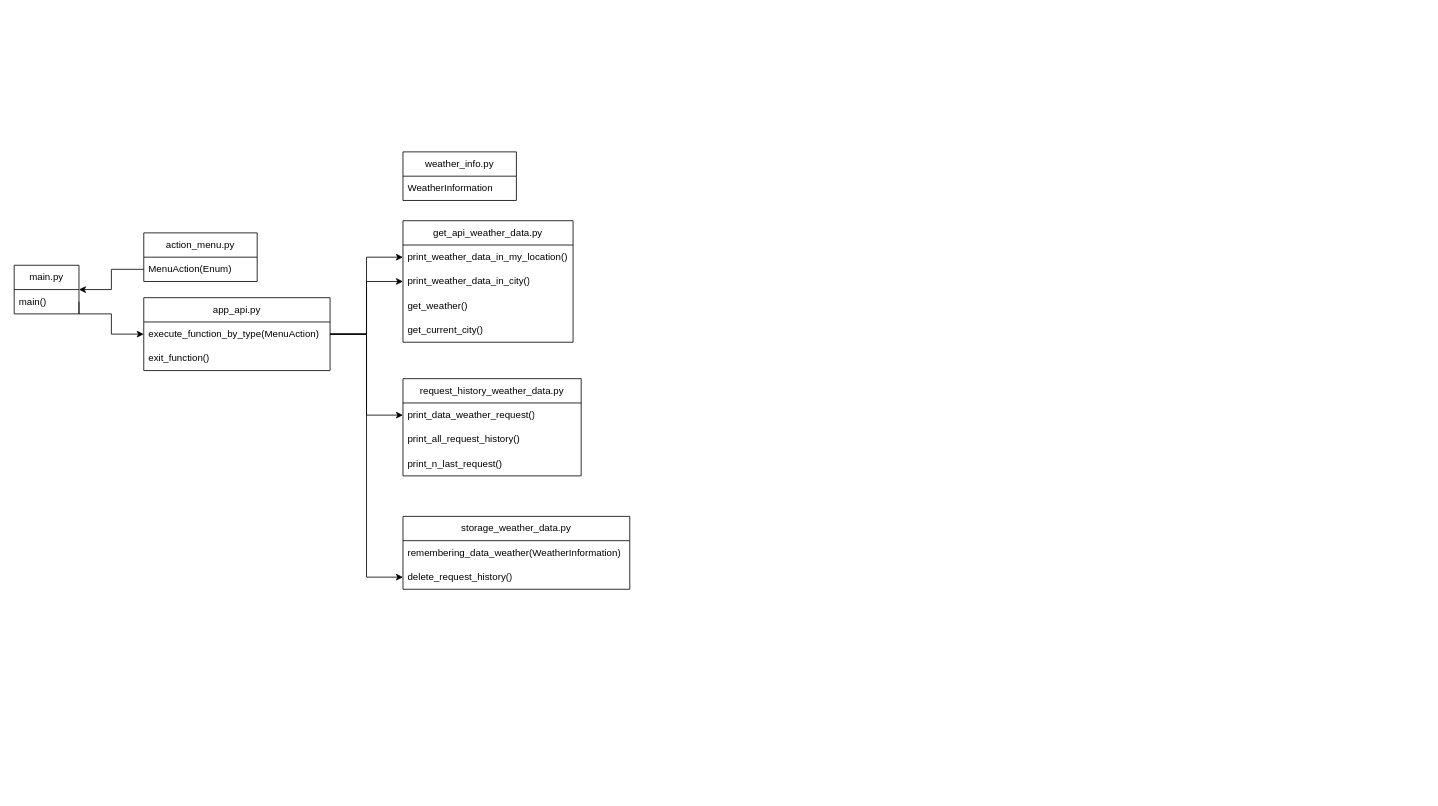
The draw.io diagram page "Function" (2 of 2) of Weather App.drawio in CBeredIOk/Weather_App, before the edit. Source tidied: cells renumbered, new cells numbered last; positions are measured from the earlier drawing's top-left corner, leaving out a move shared by most shapes. Both pictures are drawn from the tidied source at 81%, with x=0, y=0 at pixel (14, 151).
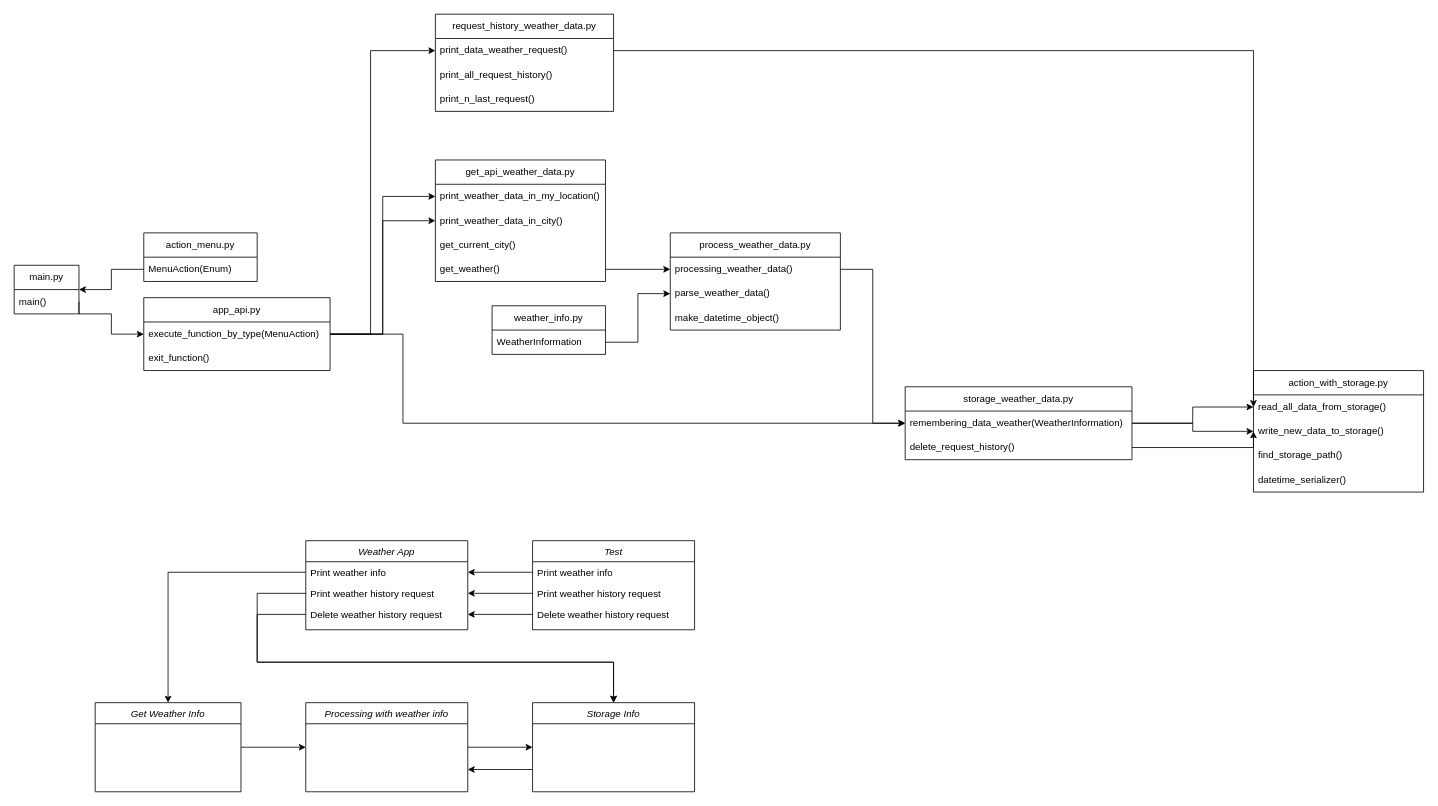
After the change.

Unchanged cells that the change refers to:
```xml
<mxCell id="7" value="execute_function_by_type(MenuAction)" style="text;strokeColor=none;fillColor=none;align=left;verticalAlign=middle;spacingLeft=4;spacingRight=4;overflow=hidden;points=[[0,0.5],[1,0.5]];portConstraint=eastwest;whiteSpace=wrap;html=1;" parent="6" vertex="1">
  <mxGeometry y="30" width="230" height="30" as="geometry" />
</mxCell>
<mxCell id="16" value="remembering_data_weather(WeatherInformation)" style="text;strokeColor=none;fillColor=none;align=left;verticalAlign=middle;spacingLeft=4;spacingRight=4;overflow=hidden;points=[[0,0.5],[1,0.5]];portConstraint=eastwest;whiteSpace=wrap;html=1;" parent="15" vertex="1">
  <mxGeometry y="30" width="280" height="30" as="geometry" />
</mxCell>
<mxCell id="17" value="delete_request_history()" style="text;strokeColor=none;fillColor=none;align=left;verticalAlign=middle;spacingLeft=4;spacingRight=4;overflow=hidden;points=[[0,0.5],[1,0.5]];portConstraint=eastwest;whiteSpace=wrap;html=1;" parent="15" vertex="1">
  <mxGeometry y="60" width="280" height="30" as="geometry" />
</mxCell>
<mxCell id="19" value="print_data_weather_request()" style="text;strokeColor=none;fillColor=none;align=left;verticalAlign=middle;spacingLeft=4;spacingRight=4;overflow=hidden;points=[[0,0.5],[1,0.5]];portConstraint=eastwest;whiteSpace=wrap;html=1;" parent="18" vertex="1">
  <mxGeometry y="30" width="220" height="30" as="geometry" />
</mxCell>
<mxCell id="23" value="WeatherInformation" style="text;strokeColor=none;fillColor=none;align=left;verticalAlign=middle;spacingLeft=4;spacingRight=4;overflow=hidden;points=[[0,0.5],[1,0.5]];portConstraint=eastwest;whiteSpace=wrap;html=1;" parent="22" vertex="1">
  <mxGeometry y="30" width="140" height="30" as="geometry" />
</mxCell>
```

Diff of the diagram source:
```diff
@@
     <mxCell id="10" value="get_api_weather_data.py" style="swimlane;fontStyle=0;horizontal=1;startSize=30;whiteSpace=wrap;html=1;" parent="1" vertex="1">
-      <mxGeometry x="480" y="85" width="210" height="150" as="geometry" />
+      <mxGeometry x="520" y="10" width="210" height="150" as="geometry" />
     </mxCell>
@@
+    <mxCell id="14" value="get_current_city()" style="text;strokeColor=none;fillColor=none;align=left;verticalAlign=middle;spacingLeft=4;spacingRight=4;overflow=hidden;whiteSpace=wrap;html=1;" parent="10" vertex="1">
+      <mxGeometry y="90" width="210" height="30" as="geometry" />
+    </mxCell>
     <mxCell id="13" value="get_weather()" style="text;strokeColor=none;fillColor=none;align=left;verticalAlign=middle;spacingLeft=4;spacingRight=4;overflow=hidden;points=[[0,0.5],[1,0.5]];portConstraint=eastwest;whiteSpace=wrap;html=1;" parent="10" vertex="1">
-      <mxGeometry y="90" width="210" height="30" as="geometry" />
+      <mxGeometry y="120" width="210" height="30" as="geometry" />
     </mxCell>
-    <mxCell id="14" value="get_current_city()" style="text;strokeColor=none;fillColor=none;align=left;verticalAlign=middle;spacingLeft=4;spacingRight=4;overflow=hidden;whiteSpace=wrap;html=1;" parent="10" vertex="1">
-      <mxGeometry y="120" width="210" height="30" as="geometry" />
-    </mxCell>
     <mxCell id="15" value="storage_weather_data.py" style="swimlane;fontStyle=0;horizontal=1;startSize=30;whiteSpace=wrap;html=1;" parent="1" vertex="1">
-      <mxGeometry x="480" y="450" width="280" height="90" as="geometry" />
+      <mxGeometry x="1100" y="290" width="280" height="90" as="geometry" />
     </mxCell>
@@
     <mxCell id="18" value="request_history_weather_data.py" style="swimlane;fontStyle=0;horizontal=1;startSize=30;whiteSpace=wrap;html=1;" parent="1" vertex="1">
-      <mxGeometry x="480" y="280" width="220" height="120" as="geometry" />
+      <mxGeometry x="520" y="-170" width="220" height="120" as="geometry" />
     </mxCell>
@@
     <mxCell id="22" value="weather_info.py" style="swimlane;fontStyle=0;horizontal=1;startSize=30;whiteSpace=wrap;html=1;" parent="1" vertex="1">
-      <mxGeometry x="480" width="140" height="60" as="geometry" />
+      <mxGeometry x="590" y="190" width="140" height="60" as="geometry" />
     </mxCell>
@@
     <mxCell id="27" style="edgeStyle=orthogonalEdgeStyle;rounded=0;jettySize=auto;html=1;exitX=1;exitY=0.5;exitDx=0;exitDy=0;entryX=0;entryY=0.5;entryDx=0;entryDy=0;" parent="1" edge="1" source="7" target="19">
-      <mxGeometry relative="1" as="geometry" />
+      <mxGeometry relative="1" as="geometry">
+        <Array as="points">
+          <mxPoint x="440" y="225" />
+          <mxPoint x="440" y="-125" />
+        </Array>
+      </mxGeometry>
     </mxCell>
-    <mxCell id="28" style="edgeStyle=orthogonalEdgeStyle;rounded=0;jettySize=auto;html=1;exitX=1;exitY=0.5;exitDx=0;exitDy=0;entryX=0;entryY=0.5;entryDx=0;entryDy=0;" parent="1" edge="1" source="7" target="17">
-      <mxGeometry relative="1" as="geometry" />
-    </mxCell>
+    <mxCell id="29" value="process_weather_data.py" style="swimlane;fontStyle=0;horizontal=1;startSize=30;whiteSpace=wrap;html=1;" parent="1" vertex="1">
+      <mxGeometry x="810" y="100" width="210" height="120" as="geometry" />
+    </mxCell>
+    <mxCell id="30" value="processing_weather_data()" style="text;strokeColor=none;fillColor=none;align=left;verticalAlign=middle;spacingLeft=4;spacingRight=4;overflow=hidden;points=[[0,0.5],[1,0.5]];portConstraint=eastwest;whiteSpace=wrap;html=1;" parent="29" vertex="1">
+      <mxGeometry y="30" width="210" height="30" as="geometry" />
+    </mxCell>
+    <mxCell id="31" value="parse_weather_data()" style="text;strokeColor=none;fillColor=none;align=left;verticalAlign=middle;spacingLeft=4;spacingRight=4;overflow=hidden;points=[[0,0.5],[1,0.5]];portConstraint=eastwest;whiteSpace=wrap;html=1;" parent="29" vertex="1">
+      <mxGeometry y="60" width="210" height="30" as="geometry" />
+    </mxCell>
+    <mxCell id="32" value="make_datetime_object()" style="text;strokeColor=none;fillColor=none;align=left;verticalAlign=middle;spacingLeft=4;spacingRight=4;overflow=hidden;whiteSpace=wrap;html=1;" parent="29" vertex="1">
+      <mxGeometry y="90" width="210" height="30" as="geometry" />
+    </mxCell>
+    <mxCell id="33" value="action_with_storage.py" style="swimlane;fontStyle=0;horizontal=1;startSize=30;whiteSpace=wrap;html=1;" parent="1" vertex="1">
+      <mxGeometry x="1530" y="270" width="210" height="150" as="geometry" />
+    </mxCell>
+    <mxCell id="34" value="read_all_data_from_storage()" style="text;strokeColor=none;fillColor=none;align=left;verticalAlign=middle;spacingLeft=4;spacingRight=4;overflow=hidden;points=[[0,0.5],[1,0.5]];portConstraint=eastwest;whiteSpace=wrap;html=1;" parent="33" vertex="1">
+      <mxGeometry y="30" width="210" height="30" as="geometry" />
+    </mxCell>
+    <mxCell id="35" value="write_new_data_to_storage()" style="text;strokeColor=none;fillColor=none;align=left;verticalAlign=middle;spacingLeft=4;spacingRight=4;overflow=hidden;points=[[0,0.5],[1,0.5]];portConstraint=eastwest;whiteSpace=wrap;html=1;" parent="33" vertex="1">
+      <mxGeometry y="60" width="210" height="30" as="geometry" />
+    </mxCell>
+    <mxCell id="36" value="find_storage_path()" style="text;strokeColor=none;fillColor=none;align=left;verticalAlign=middle;spacingLeft=4;spacingRight=4;overflow=hidden;whiteSpace=wrap;html=1;" parent="33" vertex="1">
+      <mxGeometry y="90" width="210" height="30" as="geometry" />
+    </mxCell>
+    <mxCell id="37" value="datetime_serializer()" style="text;strokeColor=none;fillColor=none;align=left;verticalAlign=middle;spacingLeft=4;spacingRight=4;overflow=hidden;whiteSpace=wrap;html=1;" parent="33" vertex="1">
+      <mxGeometry y="120" width="210" height="30" as="geometry" />
+    </mxCell>
+    <mxCell id="38" style="edgeStyle=orthogonalEdgeStyle;rounded=0;jettySize=auto;html=1;exitX=1;exitY=0.5;exitDx=0;exitDy=0;entryX=0;entryY=0.5;entryDx=0;entryDy=0;" parent="1" edge="1" source="13" target="30">
+      <mxGeometry relative="1" as="geometry" />
+    </mxCell>
+    <mxCell id="39" style="edgeStyle=orthogonalEdgeStyle;rounded=0;jettySize=auto;html=1;exitX=1;exitY=0.5;exitDx=0;exitDy=0;entryX=0;entryY=0.5;entryDx=0;entryDy=0;" parent="1" edge="1" source="16" target="34">
+      <mxGeometry relative="1" as="geometry" />
+    </mxCell>
+    <mxCell id="40" style="edgeStyle=orthogonalEdgeStyle;rounded=0;jettySize=auto;html=1;exitX=1;exitY=0.5;exitDx=0;exitDy=0;entryX=0;entryY=0.5;entryDx=0;entryDy=0;" parent="1" edge="1" source="23" target="31">
+      <mxGeometry relative="1" as="geometry" />
+    </mxCell>
+    <mxCell id="41" style="edgeStyle=orthogonalEdgeStyle;rounded=0;jettySize=auto;html=1;exitX=1;exitY=0.5;exitDx=0;exitDy=0;entryX=0;entryY=0.5;entryDx=0;entryDy=0;" parent="1" edge="1" source="30" target="16">
+      <mxGeometry relative="1" as="geometry" />
+    </mxCell>
+    <mxCell id="42" style="edgeStyle=orthogonalEdgeStyle;rounded=0;jettySize=auto;html=1;exitX=1;exitY=0.5;exitDx=0;exitDy=0;entryX=0;entryY=0.5;entryDx=0;entryDy=0;" parent="1" edge="1" source="7" target="16">
+      <mxGeometry relative="1" as="geometry">
+        <Array as="points">
+          <mxPoint x="480" y="225" />
+          <mxPoint x="480" y="335" />
+        </Array>
+      </mxGeometry>
+    </mxCell>
+    <mxCell id="43" style="edgeStyle=orthogonalEdgeStyle;rounded=0;jettySize=auto;html=1;exitX=1;exitY=0.5;exitDx=0;exitDy=0;entryX=0;entryY=0.5;entryDx=0;entryDy=0;" parent="1" edge="1" source="16" target="35">
+      <mxGeometry relative="1" as="geometry" />
+    </mxCell>
+    <mxCell id="44" style="edgeStyle=orthogonalEdgeStyle;rounded=0;jettySize=auto;html=1;exitX=1;exitY=0.5;exitDx=0;exitDy=0;entryX=0;entryY=0.5;entryDx=0;entryDy=0;" parent="1" edge="1" source="17" target="35">
+      <mxGeometry relative="1" as="geometry">
+        <Array as="points">
+          <mxPoint x="1530" y="365" />
+        </Array>
+      </mxGeometry>
+    </mxCell>
+    <mxCell id="45" style="edgeStyle=orthogonalEdgeStyle;rounded=0;jettySize=auto;html=1;exitX=1;exitY=0.5;exitDx=0;exitDy=0;entryX=0;entryY=0.5;entryDx=0;entryDy=0;" parent="1" edge="1" source="19" target="34">
+      <mxGeometry relative="1" as="geometry">
+        <Array as="points">
+          <mxPoint x="1530" y="-125" />
+        </Array>
+      </mxGeometry>
+    </mxCell>
+    <mxCell id="46" value="Weather App" style="swimlane;fontStyle=2;align=center;verticalAlign=top;horizontal=1;startSize=26;rounded=0;shadow=0;strokeWidth=1;" parent="1" vertex="1">
+      <mxGeometry x="360" y="480" width="200" height="110" as="geometry" />
+    </mxCell>
+    <mxCell id="47" value="Print weather info" style="text;align=left;verticalAlign=top;spacingLeft=4;spacingRight=4;overflow=hidden;points=[[0,0.5],[1,0.5]];portConstraint=eastwest;rounded=0;shadow=0;html=0;" parent="46" vertex="1">
+      <mxGeometry y="26" width="200" height="26" as="geometry" />
+    </mxCell>
+    <mxCell id="48" value="Print weather history request" style="text;align=left;verticalAlign=top;spacingLeft=4;spacingRight=4;overflow=hidden;points=[[0,0.5],[1,0.5]];portConstraint=eastwest;" parent="46" vertex="1">
+      <mxGeometry y="52" width="200" height="26" as="geometry" />
+    </mxCell>
+    <mxCell id="49" value="Delete weather history request" style="text;align=left;verticalAlign=top;spacingLeft=4;spacingRight=4;overflow=hidden;points=[[0,0.5],[1,0.5]];portConstraint=eastwest;" parent="46" vertex="1">
+      <mxGeometry y="78" width="200" height="26" as="geometry" />
+    </mxCell>
+    <mxCell id="50" value="Test" style="swimlane;fontStyle=2;align=center;verticalAlign=top;horizontal=1;startSize=26;rounded=0;shadow=0;strokeWidth=1;" parent="1" vertex="1">
+      <mxGeometry x="640" y="480" width="200" height="110" as="geometry" />
+    </mxCell>
+    <mxCell id="51" value="Print weather info" style="text;align=left;verticalAlign=top;spacingLeft=4;spacingRight=4;overflow=hidden;points=[[0,0.5],[1,0.5]];portConstraint=eastwest;rounded=0;shadow=0;html=0;" parent="50" vertex="1">
+      <mxGeometry y="26" width="200" height="26" as="geometry" />
+    </mxCell>
+    <mxCell id="52" value="Print weather history request" style="text;align=left;verticalAlign=top;spacingLeft=4;spacingRight=4;overflow=hidden;points=[[0,0.5],[1,0.5]];portConstraint=eastwest;" parent="50" vertex="1">
+      <mxGeometry y="52" width="200" height="26" as="geometry" />
+    </mxCell>
+    <mxCell id="53" value="Delete weather history request" style="text;align=left;verticalAlign=top;spacingLeft=4;spacingRight=4;overflow=hidden;points=[[0,0.5],[1,0.5]];portConstraint=eastwest;" parent="50" vertex="1">
+      <mxGeometry y="78" width="200" height="26" as="geometry" />
+    </mxCell>
+    <mxCell id="54" style="edgeStyle=orthogonalEdgeStyle;rounded=0;jettySize=auto;html=1;" parent="1" edge="1" source="51" target="47">
+      <mxGeometry relative="1" as="geometry" />
+    </mxCell>
+    <mxCell id="55" style="edgeStyle=orthogonalEdgeStyle;rounded=0;jettySize=auto;html=1;" parent="1" edge="1" source="52" target="48">
+      <mxGeometry relative="1" as="geometry" />
+    </mxCell>
+    <mxCell id="56" style="edgeStyle=orthogonalEdgeStyle;rounded=0;jettySize=auto;html=1;" parent="1" edge="1" source="53" target="49">
+      <mxGeometry relative="1" as="geometry" />
+    </mxCell>
+    <mxCell id="57" style="edgeStyle=orthogonalEdgeStyle;rounded=0;jettySize=auto;html=1;exitX=1;exitY=0.5;exitDx=0;exitDy=0;entryX=0;entryY=0.5;entryDx=0;entryDy=0;" parent="1" edge="1" source="58" target="62">
+      <mxGeometry relative="1" as="geometry" />
+    </mxCell>
+    <mxCell id="58" value="Get Weather Info" style="swimlane;fontStyle=2;align=center;verticalAlign=top;horizontal=1;startSize=26;rounded=0;shadow=0;strokeWidth=1;" parent="1" vertex="1">
+      <mxGeometry x="100" y="680" width="180" height="110" as="geometry" />
+    </mxCell>
+    <mxCell id="59" style="edgeStyle=orthogonalEdgeStyle;rounded=0;jettySize=auto;html=1;exitX=0;exitY=0.75;exitDx=0;exitDy=0;entryX=1;entryY=0.75;entryDx=0;entryDy=0;" parent="1" edge="1" source="60" target="62">
+      <mxGeometry relative="1" as="geometry" />
+    </mxCell>
+    <mxCell id="60" value="Storage Info" style="swimlane;fontStyle=2;align=center;verticalAlign=top;horizontal=1;startSize=26;rounded=0;shadow=0;strokeWidth=1;" parent="1" vertex="1">
+      <mxGeometry x="640" y="680" width="200" height="110" as="geometry" />
+    </mxCell>
+    <mxCell id="61" style="edgeStyle=orthogonalEdgeStyle;rounded=0;jettySize=auto;html=1;exitX=1;exitY=0.5;exitDx=0;exitDy=0;entryX=0;entryY=0.5;entryDx=0;entryDy=0;" parent="1" edge="1" source="62" target="60">
+      <mxGeometry relative="1" as="geometry">
+        <Array as="points">
+          <mxPoint x="600" y="735" />
+          <mxPoint x="600" y="735" />
+        </Array>
+      </mxGeometry>
+    </mxCell>
+    <mxCell id="62" value="Processing with weather info" style="swimlane;fontStyle=2;align=center;verticalAlign=top;horizontal=1;startSize=26;rounded=0;shadow=0;strokeWidth=1;" parent="1" vertex="1">
+      <mxGeometry x="360" y="680" width="200" height="110" as="geometry" />
+    </mxCell>
+    <mxCell id="63" style="edgeStyle=orthogonalEdgeStyle;rounded=0;jettySize=auto;html=1;entryX=0.5;entryY=0;entryDx=0;entryDy=0;" parent="1" edge="1" source="47" target="58">
+      <mxGeometry relative="1" as="geometry" />
+    </mxCell>
+    <mxCell id="64" style="edgeStyle=orthogonalEdgeStyle;rounded=0;jettySize=auto;html=1;exitX=0;exitY=0.5;exitDx=0;exitDy=0;" parent="1" edge="1" source="48" target="60">
+      <mxGeometry relative="1" as="geometry">
+        <Array as="points">
+          <mxPoint x="300" y="545" />
+          <mxPoint x="300" y="630" />
+          <mxPoint x="740" y="630" />
+        </Array>
+      </mxGeometry>
+    </mxCell>
+    <mxCell id="65" style="edgeStyle=orthogonalEdgeStyle;rounded=0;jettySize=auto;html=1;entryX=0.5;entryY=0;entryDx=0;entryDy=0;" parent="1" edge="1" source="49" target="60">
+      <mxGeometry relative="1" as="geometry">
+        <Array as="points">
+          <mxPoint x="300" y="571" />
+          <mxPoint x="300" y="630" />
+          <mxPoint x="740" y="630" />
+        </Array>
+      </mxGeometry>
+    </mxCell>
```
